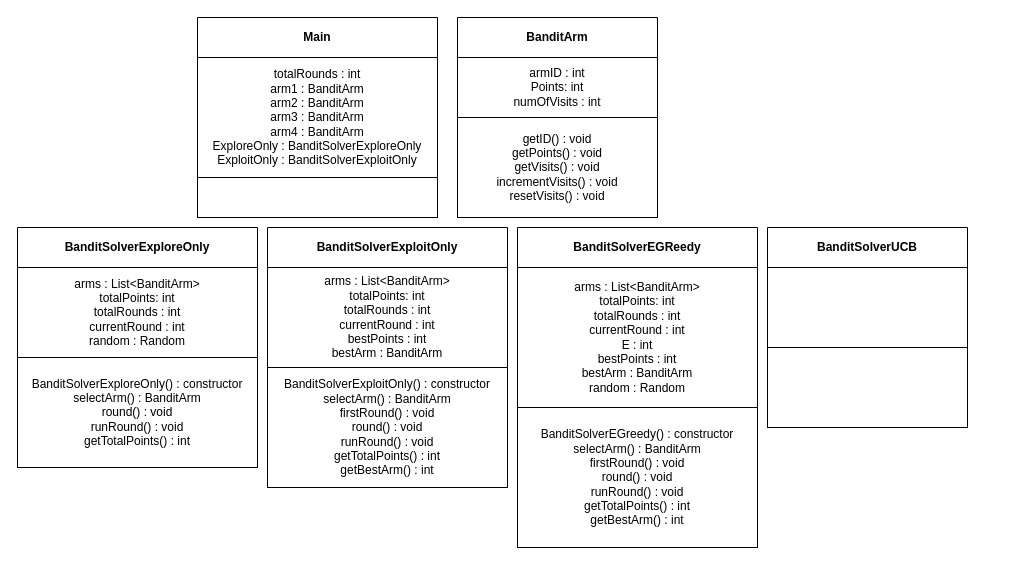
Before: documents/Bandit UML.drawio in DanciuA004/Year3Project, a draw.io diagram. Source tidied: cells renumbered, new cells numbered last; positions are measured from the earlier drawing's top-left corner, leaving out a move shared by most shapes. Both pictures are drawn from the tidied source at 100%, with x=0, y=0 at pixel (17, 17).
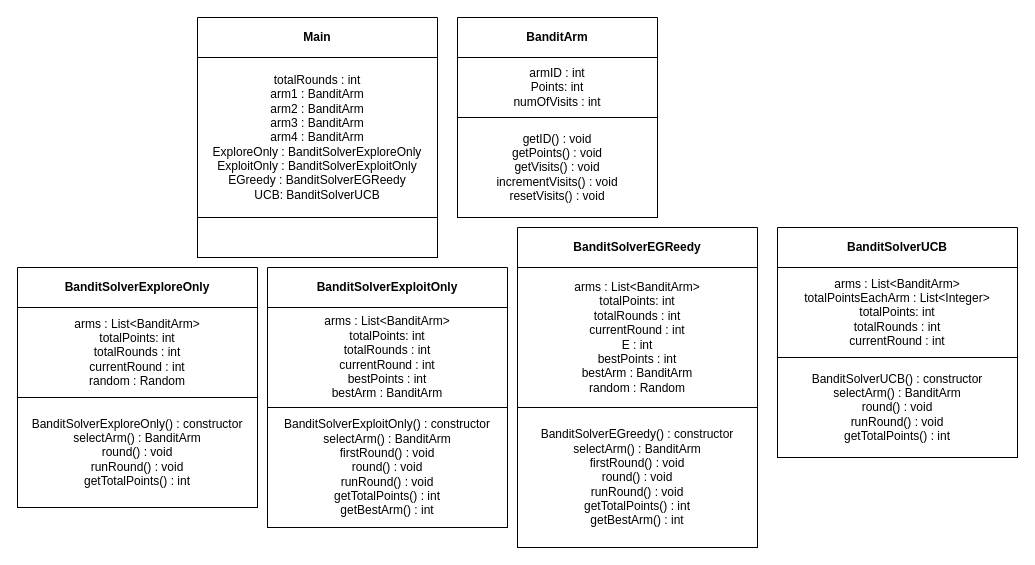
The same page after the edit.

Commit message (it also covers changes not shown here):
Updated UML to current code and added to report

Change to the diagram source:
```diff
@@
 <mxGraphModel>
   <root>
     <mxCell id="0" />
     <mxCell id="1" parent="0" />
     <mxCell id="2" value="Main" style="swimlane;whiteSpace=wrap;html=1;startSize=40;" parent="1" vertex="1">
-      <mxGeometry x="180" width="240" height="200" as="geometry" />
+      <mxGeometry x="180" width="240" height="240" as="geometry" />
     </mxCell>
-    <mxCell id="3" value="totalRounds : int&lt;br&gt;arm1 : BanditArm&lt;br&gt;arm2 : BanditArm&lt;br&gt;arm3 : BanditArm&lt;br&gt;arm4 : BanditArm&lt;br&gt;ExploreOnly :&amp;nbsp;BanditSolverExploreOnly&lt;br&gt;ExploitOnly : BanditSolverExploitOnly" style="whiteSpace=wrap;html=1;" parent="2" vertex="1">
-      <mxGeometry y="40" width="240" height="120" as="geometry" />
+    <mxCell id="3" value="totalRounds : int&lt;br&gt;arm1 : BanditArm&lt;br&gt;arm2 : BanditArm&lt;br&gt;arm3 : BanditArm&lt;br&gt;arm4 : BanditArm&lt;br&gt;ExploreOnly :&amp;nbsp;BanditSolverExploreOnly&lt;br&gt;ExploitOnly : BanditSolverExploitOnly&lt;br&gt;EGreedy :&amp;nbsp;BanditSolverEGReedy&lt;br&gt;UCB:&amp;nbsp;BanditSolverUCB" style="whiteSpace=wrap;html=1;" parent="2" vertex="1">
+      <mxGeometry y="40" width="240" height="160" as="geometry" />
     </mxCell>
     <mxCell id="4" style="whiteSpace=wrap;html=1;" parent="2" vertex="1">
-      <mxGeometry y="160" width="240" height="40" as="geometry" />
+      <mxGeometry y="200" width="240" height="40" as="geometry" />
     </mxCell>
     <mxCell id="5" value="BanditArm" style="swimlane;whiteSpace=wrap;html=1;startSize=40;" parent="1" vertex="1">
       <mxGeometry x="440" width="200" height="200" as="geometry" />
     </mxCell>
     <mxCell id="6" value="armID : int&lt;br&gt;Points: int&lt;br&gt;numOfVisits : int" style="whiteSpace=wrap;html=1;" parent="5" vertex="1">
       <mxGeometry y="40" width="200" height="60" as="geometry" />
     </mxCell>
     <mxCell id="7" value="getID() : void&lt;br&gt;getPoints() : void&lt;br&gt;getVisits() : void&lt;br&gt;incrementVisits() : void&lt;br&gt;resetVisits() : void" style="whiteSpace=wrap;html=1;" parent="5" vertex="1">
       <mxGeometry y="100" width="200" height="100" as="geometry" />
     </mxCell>
     <mxCell id="8" value="BanditSolverExploreOnly" style="swimlane;whiteSpace=wrap;html=1;startSize=40;" parent="1" vertex="1">
-      <mxGeometry y="210" width="240" height="240" as="geometry" />
+      <mxGeometry y="250" width="240" height="240" as="geometry" />
     </mxCell>
     <mxCell id="9" value="arms : List&amp;lt;BanditArm&amp;gt;&lt;br&gt;totalPoints: int&lt;br&gt;totalRounds : int&lt;br&gt;currentRound : int&lt;br&gt;random : Random" style="whiteSpace=wrap;html=1;" parent="8" vertex="1">
       <mxGeometry y="40" width="240" height="90" as="geometry" />
     </mxCell>
     <mxCell id="10" value="BanditSolverExploreOnly() : constructor&lt;br&gt;selectArm() : BanditArm&lt;br&gt;round() : void&lt;br&gt;runRound() : void&lt;br&gt;getTotalPoints() : int" style="whiteSpace=wrap;html=1;" parent="8" vertex="1">
       <mxGeometry y="130" width="240" height="110" as="geometry" />
     </mxCell>
     <mxCell id="11" value="BanditSolverEGReedy" style="swimlane;whiteSpace=wrap;html=1;startSize=40;" parent="1" vertex="1">
       <mxGeometry x="500" y="210" width="240" height="320" as="geometry" />
     </mxCell>
     <mxCell id="12" value="arms : List&amp;lt;BanditArm&amp;gt;&lt;br&gt;totalPoints: int&lt;br&gt;totalRounds : int&lt;br&gt;currentRound : int&lt;br&gt;E : int&lt;br&gt;bestPoints : int&lt;br&gt;bestArm : BanditArm&lt;br&gt;random : Random" style="whiteSpace=wrap;html=1;" parent="11" vertex="1">
       <mxGeometry y="40" width="240" height="140" as="geometry" />
     </mxCell>
     <mxCell id="13" value="BanditSolverEGreedy() : constructor&lt;br&gt;selectArm() : BanditArm&lt;br&gt;firstRound() : void&lt;br&gt;round() : void&lt;br&gt;runRound() : void&lt;br&gt;getTotalPoints() : int&lt;br&gt;getBestArm() : int" style="whiteSpace=wrap;html=1;" parent="11" vertex="1">
       <mxGeometry y="180" width="240" height="140" as="geometry" />
     </mxCell>
-    <mxCell id="14" value="BanditSolverUCB" style="swimlane;whiteSpace=wrap;html=1;startSize=40;" parent="1" vertex="1">
-      <mxGeometry x="750" y="210" width="200" height="200" as="geometry" />
-    </mxCell>
-    <mxCell id="15" style="whiteSpace=wrap;html=1;" parent="14" vertex="1">
-      <mxGeometry y="40" width="200" height="80" as="geometry" />
-    </mxCell>
-    <mxCell id="16" style="whiteSpace=wrap;html=1;" parent="14" vertex="1">
-      <mxGeometry y="120" width="200" height="80" as="geometry" />
-    </mxCell>
     <mxCell id="17" value="BanditSolverExploitOnly" style="swimlane;whiteSpace=wrap;html=1;startSize=40;" parent="1" vertex="1">
-      <mxGeometry x="250" y="210" width="240" height="260" as="geometry" />
+      <mxGeometry x="250" y="250" width="240" height="260" as="geometry" />
     </mxCell>
     <mxCell id="18" value="arms : List&amp;lt;BanditArm&amp;gt;&lt;br&gt;totalPoints: int&lt;br&gt;totalRounds : int&lt;br&gt;currentRound : int&lt;br&gt;bestPoints : int&lt;br&gt;bestArm : BanditArm" style="whiteSpace=wrap;html=1;" parent="17" vertex="1">
       <mxGeometry y="40" width="240" height="100" as="geometry" />
     </mxCell>
     <mxCell id="19" value="BanditSolverExploitOnly() : constructor&lt;br&gt;selectArm() : BanditArm&lt;br&gt;firstRound() : void&lt;br&gt;round() : void&lt;br&gt;runRound() : void&lt;br&gt;getTotalPoints() : int&lt;br&gt;getBestArm() : int" style="whiteSpace=wrap;html=1;" parent="17" vertex="1">
       <mxGeometry y="140" width="240" height="120" as="geometry" />
     </mxCell>
+    <mxCell id="14" value="BanditSolverUCB" style="swimlane;whiteSpace=wrap;html=1;startSize=40;" parent="1" vertex="1">
+      <mxGeometry x="760" y="210" width="240" height="230" as="geometry" />
+    </mxCell>
+    <mxCell id="20" value="arms : List&amp;lt;BanditArm&amp;gt;&lt;br&gt;totalPointsEachArm : List&amp;lt;Integer&amp;gt;&lt;br&gt;totalPoints: int&lt;br&gt;totalRounds : int&lt;br&gt;currentRound : int" style="whiteSpace=wrap;html=1;" parent="14" vertex="1">
+      <mxGeometry y="40" width="240" height="90" as="geometry" />
+    </mxCell>
+    <mxCell id="21" value="BanditSolverUCB() : constructor&lt;br&gt;selectArm() : BanditArm&lt;br&gt;round() : void&lt;br&gt;runRound() : void&lt;br&gt;getTotalPoints() : int" style="whiteSpace=wrap;html=1;" parent="14" vertex="1">
+      <mxGeometry y="130" width="240" height="100" as="geometry" />
+    </mxCell>
   </root>
 </mxGraphModel>
```
